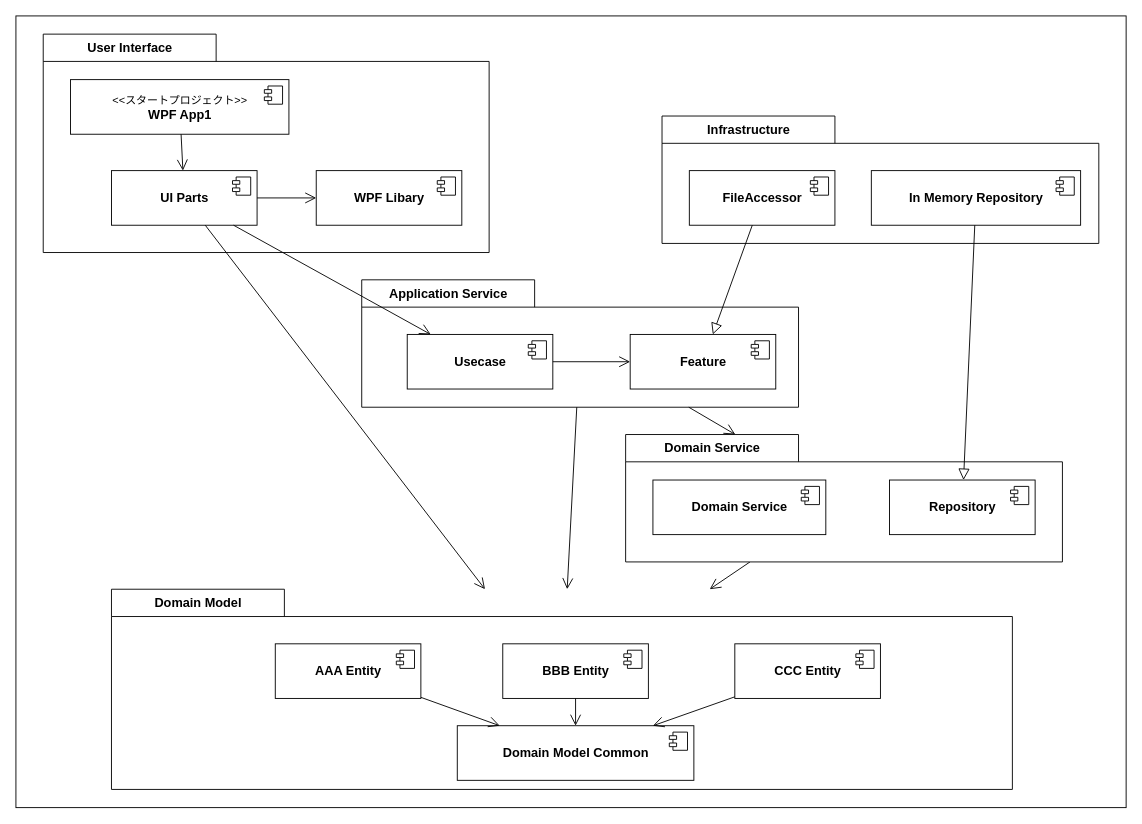
Before: page "コンポーネント設計" (3 of 7) of Documents/Design/Figures.drawio in bosssanovar/WindowsApp_Template_202404, a draw.io diagram. Source tidied: cells renumbered, new cells numbered last; positions are measured from the earlier drawing's top-left corner, leaving out a move shared by most shapes. Both pictures are drawn from the tidied source at 91%, with x=0, y=0 at pixel (15, 15).
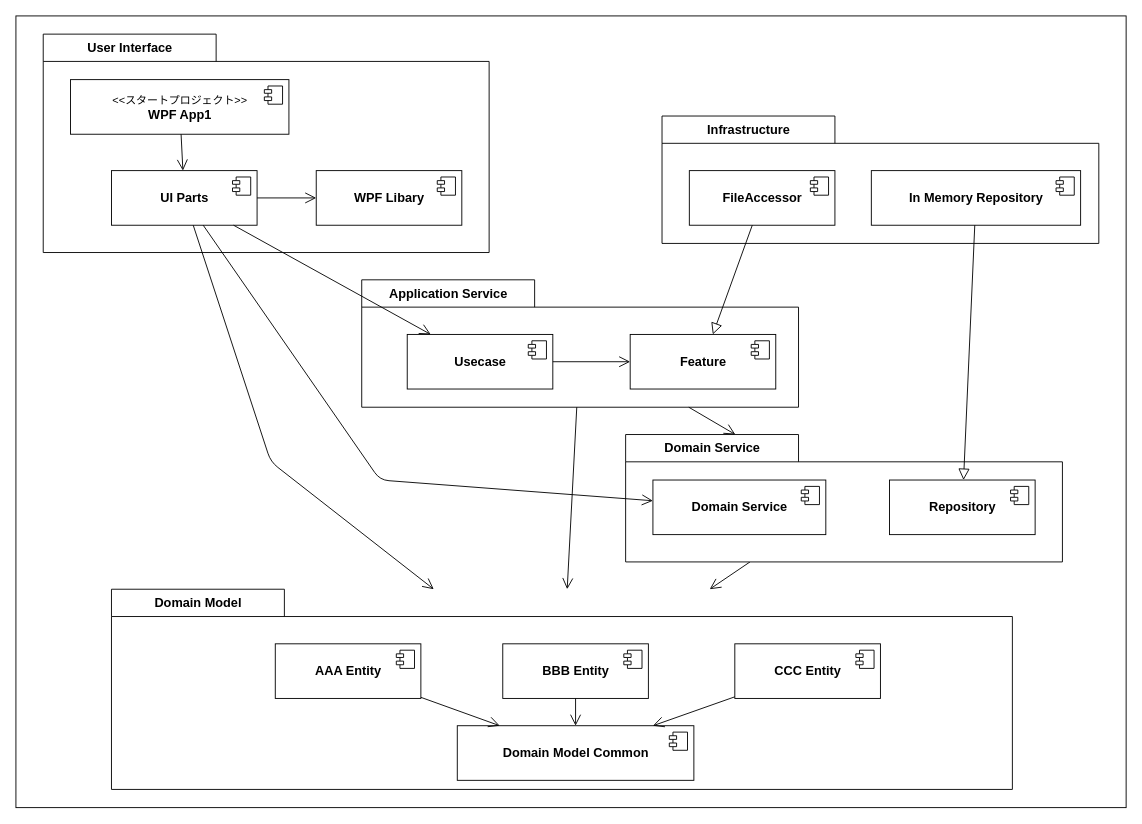
Above is the later version.

Unchanged cells that the change refers to:
```xml
<mxCell id="3" value="Domain Model" style="shape=folder;fontStyle=1;tabWidth=190;tabHeight=30;tabPosition=left;html=1;boundedLbl=1;labelInHeader=1;strokeColor=#000000;strokeWidth=1;fontSize=14;fontColor=#000000;fillColor=#FFFFFF;" parent="1" vertex="1">
  <mxGeometry x="105" y="630" width="990" height="220" as="geometry" />
</mxCell>
<mxCell id="19" value="&lt;b&gt;Domain Service&lt;/b&gt;" style="html=1;strokeColor=#000000;strokeWidth=1;fontSize=14;fontColor=#000000;fillColor=#FFFFFF;" parent="17" vertex="1">
  <mxGeometry x="30" y="50" width="190" height="60" as="geometry" />
</mxCell>
<mxCell id="32" value="&lt;b&gt;UI Parts&lt;/b&gt;" style="html=1;strokeColor=#000000;strokeWidth=1;fontSize=14;fontColor=#000000;fillColor=#FFFFFF;" parent="30" vertex="1">
  <mxGeometry x="75" y="150" width="160" height="60" as="geometry" />
</mxCell>
```

Diff of the diagram source:
```diff
@@
     <mxCell id="51" style="edgeStyle=none;html=1;strokeWidth=1;fontSize=12;fontColor=#000000;endArrow=open;endFill=0;startSize=6;endSize=10;" parent="1" edge="1" source="32" target="3">
-      <mxGeometry relative="1" as="geometry" />
+      <mxGeometry relative="1" as="geometry">
+        <Array as="points">
+          <mxPoint x="280" y="490" />
+        </Array>
+      </mxGeometry>
     </mxCell>
+    <mxCell id="52" style="edgeStyle=none;html=1;strokeWidth=1;fontSize=12;fontColor=#000000;endArrow=open;endFill=0;startSize=6;endSize=10;" parent="1" edge="1" source="32" target="19">
+      <mxGeometry relative="1" as="geometry">
+        <Array as="points">
+          <mxPoint x="400" y="510" />
+        </Array>
+      </mxGeometry>
+    </mxCell>
```
